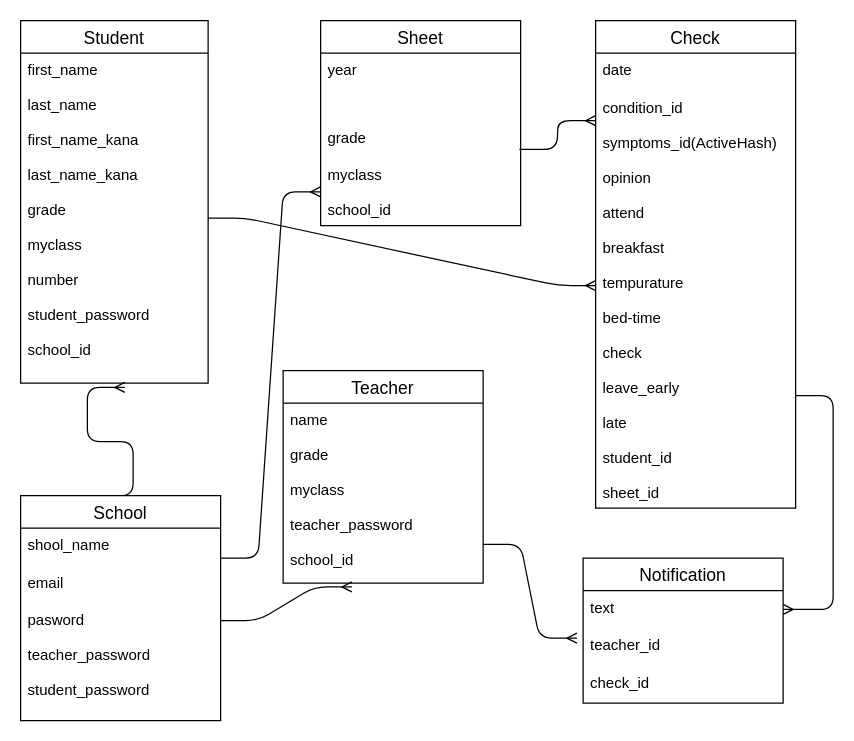
Earlier version of the draw.io diagram ER.dio (masataku/health_check). Source tidied: cells renumbered, new cells numbered last; positions are measured from the earlier drawing's top-left corner, leaving out a move shared by most shapes. Both pictures are drawn from the tidied source at 125%, with x=0, y=0 at pixel (20, 20).
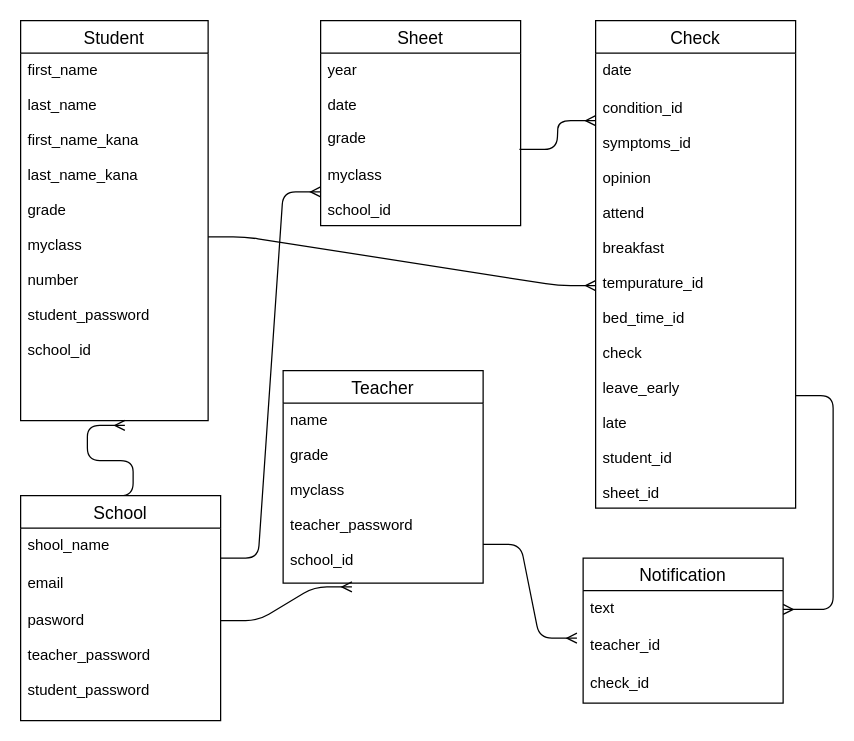
The same diagram, later.

The change refers to these unchanged cells:
```xml
<mxCell id="5" value="Check" style="swimlane;fontStyle=0;horizontal=1;startSize=26;align=center;fontSize=14;" parent="1" vertex="1">
  <mxGeometry x="460" width="160" height="390" as="geometry" />
</mxCell>
<mxCell id="8" value="Sheet" style="swimlane;fontStyle=0;horizontal=1;startSize=26;align=center;fontSize=14;" parent="1" vertex="1">
  <mxGeometry x="240" width="160" height="164" as="geometry" />
</mxCell>
```

What changed in the source:
```diff
@@
     <mxCell id="2" value="Student" style="swimlane;fontStyle=0;horizontal=1;startSize=26;align=center;fontSize=14;" parent="1" vertex="1">
-      <mxGeometry width="150" height="290" as="geometry" />
+      <mxGeometry width="150" height="320" as="geometry" />
     </mxCell>
     <mxCell id="3" value="first_name&#10;&#10;last_name&#10;&#10;first_name_kana&#10;&#10;last_name_kana&#10;&#10;grade&#10;&#10;myclass&#10;&#10;number&#10;&#10;student_password&#10;&#10;school_id" style="text;strokeColor=none;fillColor=none;spacingLeft=4;spacingRight=4;overflow=hidden;points=[[0,0.5],[1,0.5]];portConstraint=eastwest;fontSize=12;" parent="2" vertex="1">
-      <mxGeometry y="26" width="150" height="264" as="geometry" />
+      <mxGeometry y="26" width="150" height="294" as="geometry" />
     </mxCell>
@@
-    <mxCell id="7" value="condition_id&#10;&#10;symptoms_id(ActiveHash)&#10;&#10;opinion&#10;&#10;attend&#10;&#10;breakfast&#10;&#10;tempurature&#10;&#10;bed-time&#10;&#10;check&#10;&#10;leave_early&#10;&#10;late&#10;&#10;student_id&#10;&#10;sheet_id" style="text;strokeColor=none;fillColor=none;spacingLeft=4;spacingRight=4;overflow=hidden;points=[[0,0.5],[1,0.5]];portConstraint=eastwest;fontSize=12;" parent="5" vertex="1">
+    <mxCell id="7" value="condition_id&#10;&#10;symptoms_id&#10;&#10;opinion&#10;&#10;attend&#10;&#10;breakfast&#10;&#10;tempurature_id&#10;&#10;bed_time_id&#10;&#10;check&#10;&#10;leave_early&#10;&#10;late&#10;&#10;student_id&#10;&#10;sheet_id" style="text;strokeColor=none;fillColor=none;spacingLeft=4;spacingRight=4;overflow=hidden;points=[[0,0.5],[1,0.5]];portConstraint=eastwest;fontSize=12;" parent="5" vertex="1">
       <mxGeometry y="56" width="160" height="334" as="geometry" />
     </mxCell>
@@
-    <mxCell id="9" value="year&#10;" style="text;strokeColor=none;fillColor=none;spacingLeft=4;spacingRight=4;overflow=hidden;fontSize=12;" parent="8" vertex="1">
+    <mxCell id="9" value="year&#10;&#10;date" style="text;strokeColor=none;fillColor=none;spacingLeft=4;spacingRight=4;overflow=hidden;fontSize=12;" parent="8" vertex="1">
       <mxGeometry y="26" width="160" height="54" as="geometry" />
     </mxCell>
```
